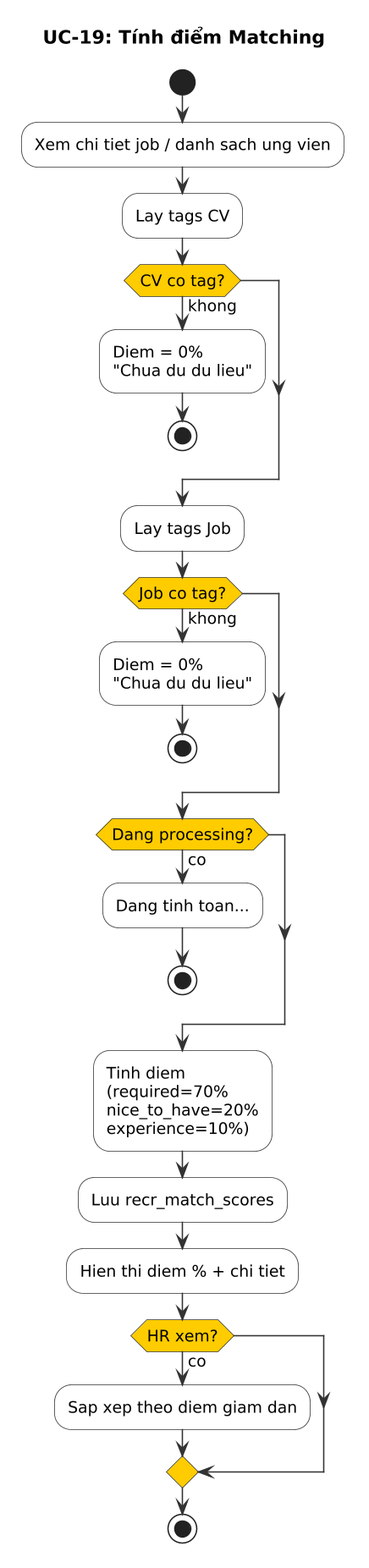
The PlantUML diagram modules/dist/recr/images/activity/uc19-matching-score-activity.png in namnh240795/document, before a commit.
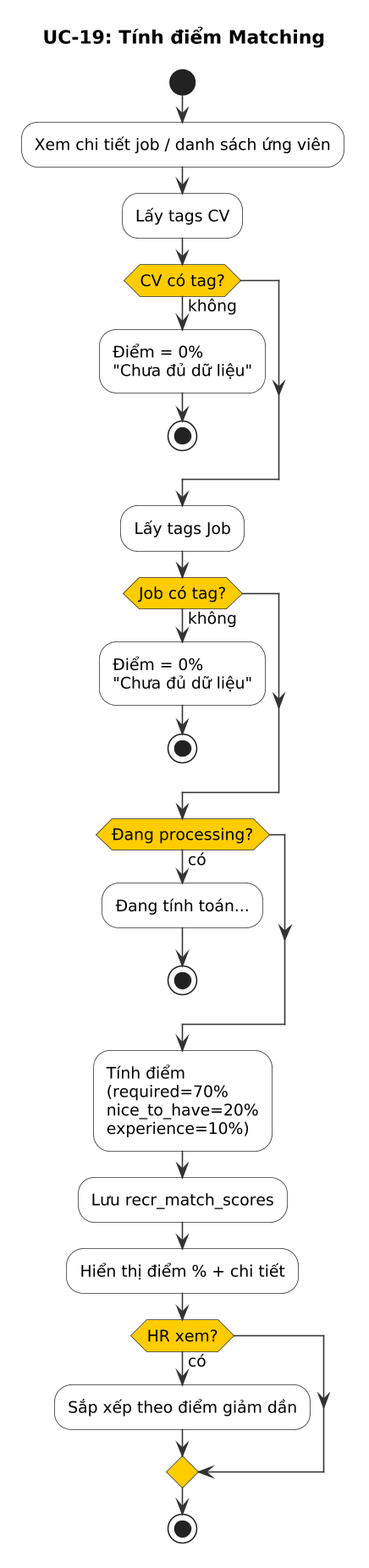
After the commit.

What changed in the source:
```diff
@@ -15,35 +15,35 @@
 
 start
 
-:Xem chi tiet job / danh sach ung vien;
+:Xem chi tiết job / danh sách ứng viên;
 
-:Lay tags CV;
+:Lấy tags CV;
 
-if (CV co tag?) then (khong)
-  :Diem = 0%\n"Chua du du lieu";
+if (CV có tag?) then (không)
+  :Điểm = 0%\n"Chưa đủ dữ liệu";
   stop
 endif
 
-:Lay tags Job;
+:Lấy tags Job;
 
-if (Job co tag?) then (khong)
-  :Diem = 0%\n"Chua du du lieu";
+if (Job có tag?) then (không)
+  :Điểm = 0%\n"Chưa đủ dữ liệu";
   stop
 endif
 
-if (Dang processing?) then (co)
-  :Dang tinh toan...;
+if (Đang processing?) then (có)
+  :Đang tính toán...;
   stop
 endif
 
-:Tinh diem\n(required=70%\nnice_to_have=20%\nexperience=10%);
+:Tính điểm\n(required=70%\nnice_to_have=20%\nexperience=10%);
 
-:Luu recr_match_scores;
+:Lưu recr_match_scores;
 
-:Hien thi diem % + chi tiet;
+:Hiển thị điểm % + chi tiết;
 
-if (HR xem?) then (co)
-  :Sap xep theo diem giam dan;
+if (HR xem?) then (có)
+  :Sắp xếp theo điểm giảm dần;
 endif
 
 stop
```
